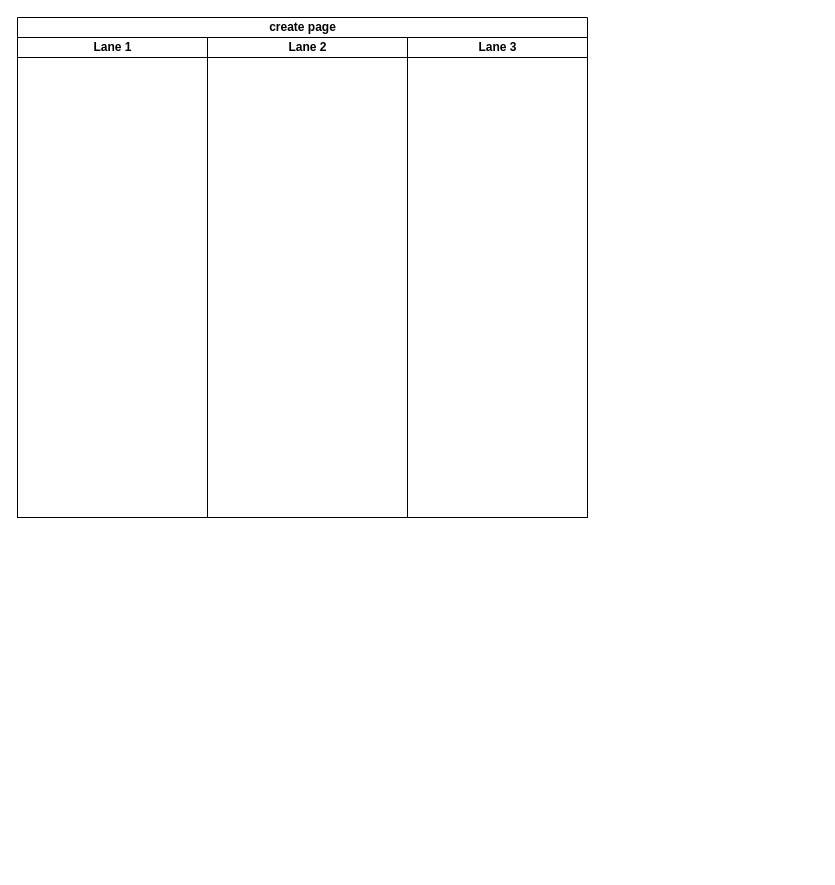
Before: Untitled Diagram.drawio in truongcoino1/ant-design, a draw.io diagram. Source tidied: cells renumbered, new cells numbered last; positions are measured from the earlier drawing's top-left corner, leaving out a move shared by most shapes. Both pictures are drawn from the tidied source at 100%, with x=0, y=0 at pixel (17, 17).
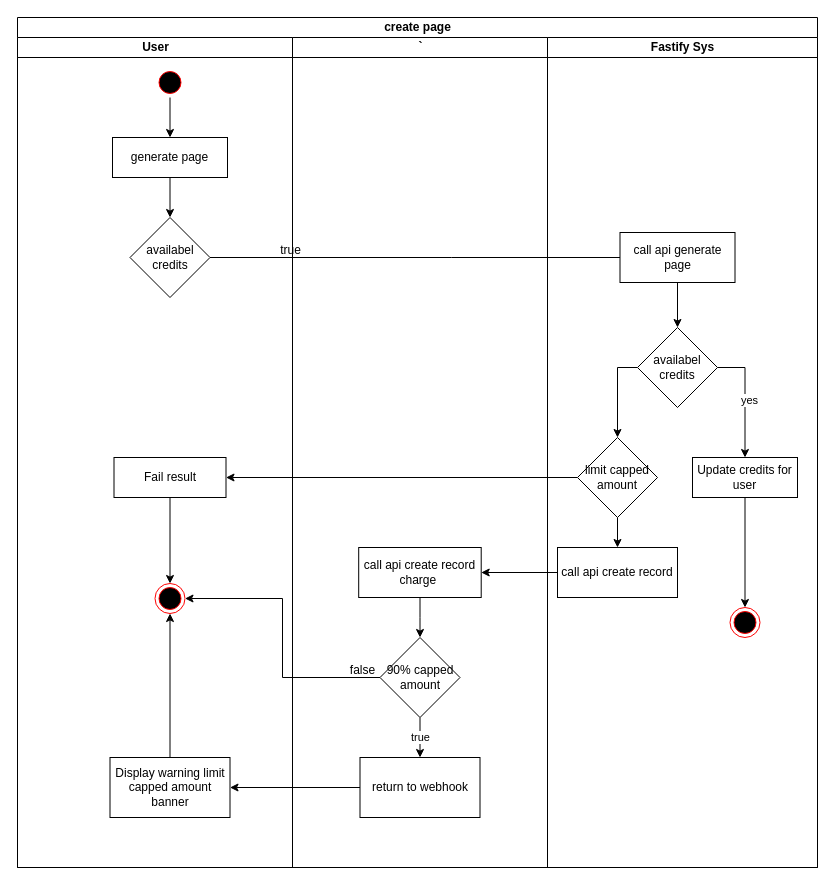
After the change.

What changed in the source:
```diff
@@
     <mxCell id="2" value="create page" style="swimlane;startSize=20;html=1;" parent="1" vertex="1">
-      <mxGeometry width="570" height="500" as="geometry" />
+      <mxGeometry width="800" height="850" as="geometry" />
     </mxCell>
-    <mxCell id="3" value="Lane 1" style="swimlane;startSize=20;html=1;" parent="2" vertex="1">
-      <mxGeometry y="20" width="190" height="480" as="geometry" />
+    <mxCell id="3" value="User" style="swimlane;startSize=20;html=1;" parent="2" vertex="1">
+      <mxGeometry y="20" width="275" height="830" as="geometry" />
     </mxCell>
+    <mxCell id="6" style="ellipse;html=1;shape=endState;fillColor=#000000;strokeColor=#ff0000;" parent="3" vertex="1">
+      <mxGeometry x="137.5" y="546" width="30" height="30" as="geometry" />
+    </mxCell>
+    <mxCell id="7" style="edgeStyle=orthogonalEdgeStyle;rounded=0;jettySize=auto;html=1;" parent="3" edge="1" source="13" target="10">
+      <mxGeometry relative="1" as="geometry" />
+    </mxCell>
+    <mxCell id="8" style="edgeStyle=orthogonalEdgeStyle;rounded=0;jettySize=auto;html=1;" parent="3" edge="1" source="10" target="11">
+      <mxGeometry relative="1" as="geometry" />
+    </mxCell>
+    <mxCell id="9" style="edgeStyle=orthogonalEdgeStyle;rounded=0;jettySize=auto;html=1;" parent="3" edge="1" source="11">
+      <mxGeometry relative="1" as="geometry">
+        <mxPoint x="675" y="220" as="targetPoint" />
+      </mxGeometry>
+    </mxCell>
+    <mxCell id="10" value="generate page" style="whiteSpace=wrap;html=1;fillColor=#FFFFFF;strokeColor=#000000;" parent="3" vertex="1">
+      <mxGeometry x="95" y="100" width="115" height="40" as="geometry" />
+    </mxCell>
+    <mxCell id="11" value="availabel credits" style="rhombus;whiteSpace=wrap;html=1;fillColor=#FFFFFF;strokeColor=#000000;" parent="3" vertex="1">
+      <mxGeometry x="112.5" y="180" width="80" height="80" as="geometry" />
+    </mxCell>
+    <mxCell id="12" value="true" style="text;html=1;align=center;verticalAlign=middle;strokeColor=none;fillColor=none;" parent="3" vertex="1">
+      <mxGeometry x="252.5" y="198" width="40" height="30" as="geometry" />
+    </mxCell>
+    <mxCell id="13" style="ellipse;html=1;shape=startState;fillColor=#000000;strokeColor=#ff0000;" parent="3" vertex="1">
+      <mxGeometry x="137.5" y="30" width="30" height="30" as="geometry" />
+    </mxCell>
+    <mxCell id="14" style="edgeStyle=orthogonalEdgeStyle;rounded=0;jettySize=auto;html=1;entryX=0.5;entryY=0;entryDx=0;entryDy=0;" parent="3" edge="1" source="15" target="6">
+      <mxGeometry relative="1" as="geometry" />
+    </mxCell>
+    <mxCell id="15" value="Fail result" style="whiteSpace=wrap;html=1;fillColor=#FFFFFF;strokeColor=#000000;" parent="3" vertex="1">
+      <mxGeometry x="96.5" y="420" width="112" height="40" as="geometry" />
+    </mxCell>
+    <mxCell id="16" style="edgeStyle=orthogonalEdgeStyle;rounded=0;jettySize=auto;html=1;entryX=0.5;entryY=1;entryDx=0;entryDy=0;" parent="3" edge="1" source="17" target="6">
+      <mxGeometry relative="1" as="geometry" />
+    </mxCell>
+    <mxCell id="17" value="Display warning limit capped amount banner" style="whiteSpace=wrap;html=1;fillColor=#FFFFFF;strokeColor=#000000;" parent="3" vertex="1">
+      <mxGeometry x="92.5" y="720" width="120" height="60" as="geometry" />
+    </mxCell>
-    <mxCell id="4" value="Lane 2" style="swimlane;startSize=20;html=1;" parent="2" vertex="1">
-      <mxGeometry x="190" y="20" width="200" height="480" as="geometry" />
+    <mxCell id="4" value="`" style="swimlane;startSize=20;html=1;" parent="2" vertex="1">
+      <mxGeometry x="275" y="20" width="255" height="830" as="geometry" />
     </mxCell>
+    <mxCell id="18" style="edgeStyle=orthogonalEdgeStyle;rounded=0;jettySize=auto;html=1;" parent="4" edge="1" source="19" target="22">
+      <mxGeometry relative="1" as="geometry" />
+    </mxCell>
+    <mxCell id="19" value="call api create record charge&amp;nbsp;" style="whiteSpace=wrap;html=1;fillColor=#FFFFFF;strokeColor=#000000;" parent="4" vertex="1">
+      <mxGeometry x="66.2" y="510" width="122.5" height="50" as="geometry" />
+    </mxCell>
+    <mxCell id="20" style="edgeStyle=orthogonalEdgeStyle;rounded=0;jettySize=auto;html=1;" parent="4" edge="1" source="35" target="19">
+      <mxGeometry relative="1" as="geometry" />
+    </mxCell>
+    <mxCell id="21" value="true" style="edgeStyle=orthogonalEdgeStyle;rounded=0;jettySize=auto;html=1;" parent="4" edge="1" source="22" target="23">
+      <mxGeometry relative="1" as="geometry" />
+    </mxCell>
+    <mxCell id="22" value="90% capped amount" style="rhombus;whiteSpace=wrap;html=1;fillColor=#FFFFFF;strokeColor=#000000;" parent="4" vertex="1">
+      <mxGeometry x="87.5" y="600" width="80" height="80" as="geometry" />
+    </mxCell>
+    <mxCell id="23" value="return to webhook" style="whiteSpace=wrap;html=1;fillColor=#FFFFFF;strokeColor=#000000;" parent="4" vertex="1">
+      <mxGeometry x="67.5" y="720" width="120" height="60" as="geometry" />
+    </mxCell>
+    <mxCell id="24" style="edgeStyle=orthogonalEdgeStyle;rounded=0;jettySize=auto;html=1;" parent="2" edge="1" source="34" target="15">
+      <mxGeometry relative="1" as="geometry" />
+    </mxCell>
-    <mxCell id="5" value="Lane 3" style="swimlane;startSize=20;html=1;" parent="2" vertex="1">
-      <mxGeometry x="390" y="20" width="180" height="480" as="geometry" />
+    <mxCell id="5" value="Fastify Sys" style="swimlane;startSize=20;html=1;" parent="2" vertex="1">
+      <mxGeometry x="530" y="20" width="270" height="830" as="geometry" />
     </mxCell>
+    <mxCell id="25" style="edgeStyle=orthogonalEdgeStyle;rounded=0;jettySize=auto;html=1;entryX=0.5;entryY=0;entryDx=0;entryDy=0;" parent="5" edge="1" source="26" target="36">
+      <mxGeometry relative="1" as="geometry" />
+    </mxCell>
+    <mxCell id="26" value="Update credits for user" style="whiteSpace=wrap;html=1;fillColor=#FFFFFF;strokeColor=#000000;" parent="5" vertex="1">
+      <mxGeometry x="145" y="420" width="105" height="40" as="geometry" />
+    </mxCell>
+    <mxCell id="27" style="edgeStyle=orthogonalEdgeStyle;rounded=0;jettySize=auto;html=1;" parent="5" edge="1" source="28" target="32">
+      <mxGeometry relative="1" as="geometry" />
+    </mxCell>
+    <mxCell id="28" value="call api generate page" style="whiteSpace=wrap;html=1;fillColor=#FFFFFF;strokeColor=#000000;" parent="5" vertex="1">
+      <mxGeometry x="72.5" y="195" width="115" height="50" as="geometry" />
+    </mxCell>
+    <mxCell id="29" style="edgeStyle=orthogonalEdgeStyle;rounded=0;jettySize=auto;html=1;entryX=0.5;entryY=0;entryDx=0;entryDy=0;exitX=1;exitY=0.5;exitDx=0;exitDy=0;" parent="5" edge="1" source="32" target="26">
+      <mxGeometry relative="1" as="geometry" />
+    </mxCell>
+    <mxCell id="30" value="yes" style="edgeLabel;html=1;align=center;verticalAlign=middle;" parent="29" vertex="1">
+      <mxGeometry y="4" relative="1" as="geometry">
+        <mxPoint y="1" as="offset" />
+      </mxGeometry>
+    </mxCell>
+    <mxCell id="31" style="edgeStyle=orthogonalEdgeStyle;rounded=0;jettySize=auto;html=1;exitX=0;exitY=0.5;exitDx=0;exitDy=0;" parent="5" edge="1" source="32" target="34">
+      <mxGeometry relative="1" as="geometry" />
+    </mxCell>
+    <mxCell id="32" value="availabel credits" style="rhombus;whiteSpace=wrap;html=1;fillColor=#FFFFFF;strokeColor=#000000;" parent="5" vertex="1">
+      <mxGeometry x="90" y="290" width="80" height="80" as="geometry" />
+    </mxCell>
+    <mxCell id="33" style="edgeStyle=orthogonalEdgeStyle;rounded=0;jettySize=auto;html=1;" parent="5" edge="1" source="34" target="35">
+      <mxGeometry relative="1" as="geometry" />
+    </mxCell>
+    <mxCell id="34" value="limit capped amount" style="rhombus;whiteSpace=wrap;html=1;fillColor=#FFFFFF;strokeColor=#000000;" parent="5" vertex="1">
+      <mxGeometry x="30" y="400" width="80" height="80" as="geometry" />
+    </mxCell>
+    <mxCell id="35" value="call api create record" style="whiteSpace=wrap;html=1;fillColor=#FFFFFF;strokeColor=#000000;" parent="5" vertex="1">
+      <mxGeometry x="10" y="510" width="120" height="50" as="geometry" />
+    </mxCell>
+    <mxCell id="36" style="ellipse;html=1;shape=endState;fillColor=#000000;strokeColor=#ff0000;" parent="5" vertex="1">
+      <mxGeometry x="182.5" y="570" width="30" height="30" as="geometry" />
+    </mxCell>
+    <mxCell id="37" style="edgeStyle=orthogonalEdgeStyle;rounded=0;jettySize=auto;html=1;entryX=1;entryY=0.5;entryDx=0;entryDy=0;" parent="2" edge="1" source="22" target="6">
+      <mxGeometry relative="1" as="geometry" />
+    </mxCell>
+    <mxCell id="38" style="edgeStyle=orthogonalEdgeStyle;rounded=0;jettySize=auto;html=1;exitX=0;exitY=0.5;exitDx=0;exitDy=0;" parent="2" edge="1" source="23" target="17">
+      <mxGeometry relative="1" as="geometry" />
+    </mxCell>
+    <mxCell id="39" value="false" style="text;html=1;align=center;verticalAlign=middle;strokeColor=none;fillColor=none;" parent="1" vertex="1">
+      <mxGeometry x="320" y="638" width="50" height="30" as="geometry" />
+    </mxCell>
```
